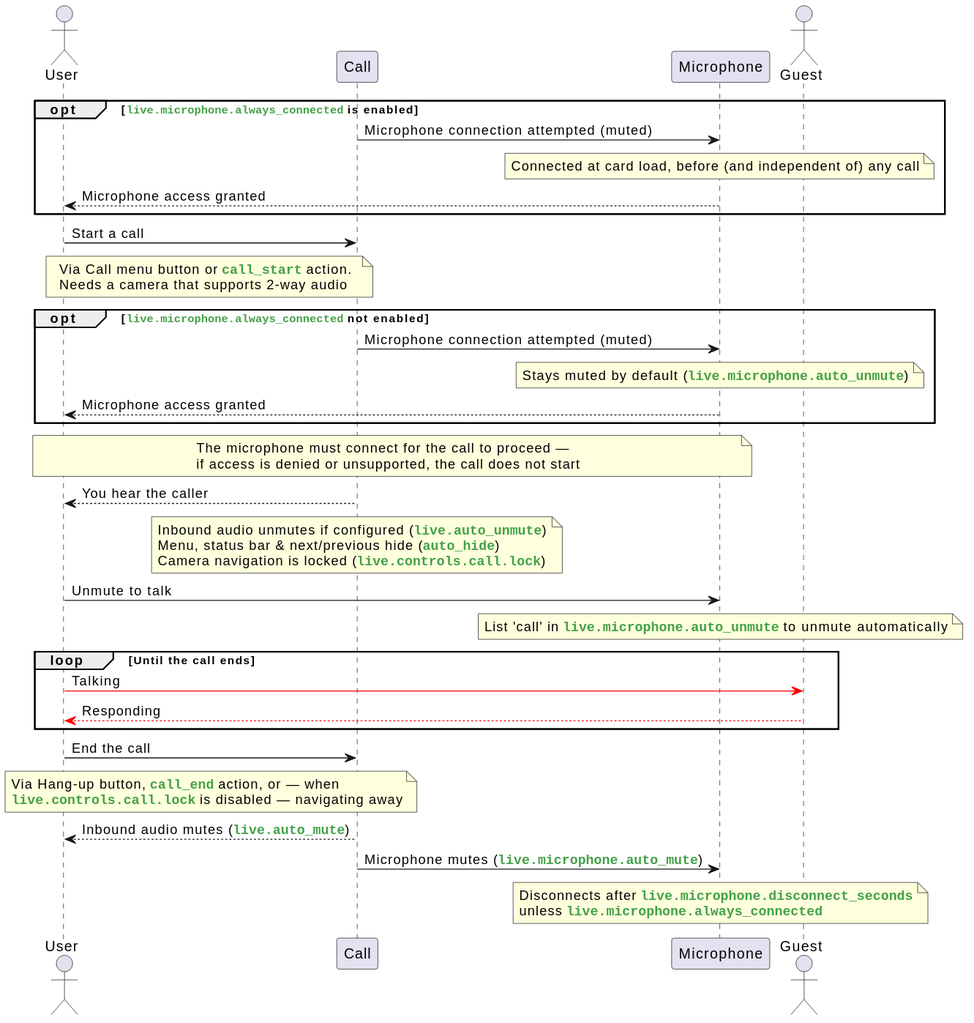
This is docs/images/call-sequence.svg from dermotduffy/advanced-camera-card, a PlantUML export, as it was before one commit. The source it was exported from:
```plantuml
@startuml
skinparam backgroundColor white

actor User
participant "Call" as Card
participant Microphone as Mic
actor Guest

opt <color:#43a047>**""live.microphone.always_connected""**</color> is enabled
  Card -> Mic : Microphone connection attempted (muted)
  note over Mic : Connected at card load, before (and independent of) any call
  Mic --> User : Microphone access granted
end

User -> Card : Start a call
note over User, Card
  Via Call menu button or <color:#43a047>**""call_start""**</color> action.
  Needs a camera that supports 2-way audio
end note

opt <color:#43a047>**""live.microphone.always_connected""**</color> not enabled
  Card -> Mic : Microphone connection attempted (muted)
  note over Mic : Stays muted by default (<color:#43a047>**""live.microphone.auto_unmute""**</color>)
  Mic --> User : Microphone access granted
end

note over User, Mic
  The microphone must connect for the call to proceed —
  if access is denied or unsupported, the call does not start
end note

Card --> User : You hear the caller
note over Card
  Inbound audio unmutes if configured (<color:#43a047>**""live.auto_unmute""**</color>)
  Menu, status bar & next/previous hide (<color:#43a047>**""auto_hide""**</color>)
  Camera navigation is locked (<color:#43a047>**""live.controls.call.lock""**</color>)
end note

User -> Mic : Unmute to talk
note over Mic : List 'call' in <color:#43a047>**""live.microphone.auto_unmute""**</color> to unmute automatically

loop Until the call ends
  User -[#red]> Guest : Talking
  Guest -[#red]-> User : Responding
end

User -> Card : End the call
note over User, Card
  Via Hang-up button, <color:#43a047>**""call_end""**</color> action, or — when
  <color:#43a047>**""live.controls.call.lock""**</color> is disabled — navigating away
end note

Card --> User : Inbound audio mutes (<color:#43a047>**""live.auto_mute""**</color>)
Card -> Mic : Microphone mutes (<color:#43a047>**""live.microphone.auto_mute""**</color>)
note over Mic
  Disconnects after <color:#43a047>**""live.microphone.disconnect_seconds""**</color>
  unless <color:#43a047>**""live.microphone.always_connected""**</color>
end note
@enduml
```
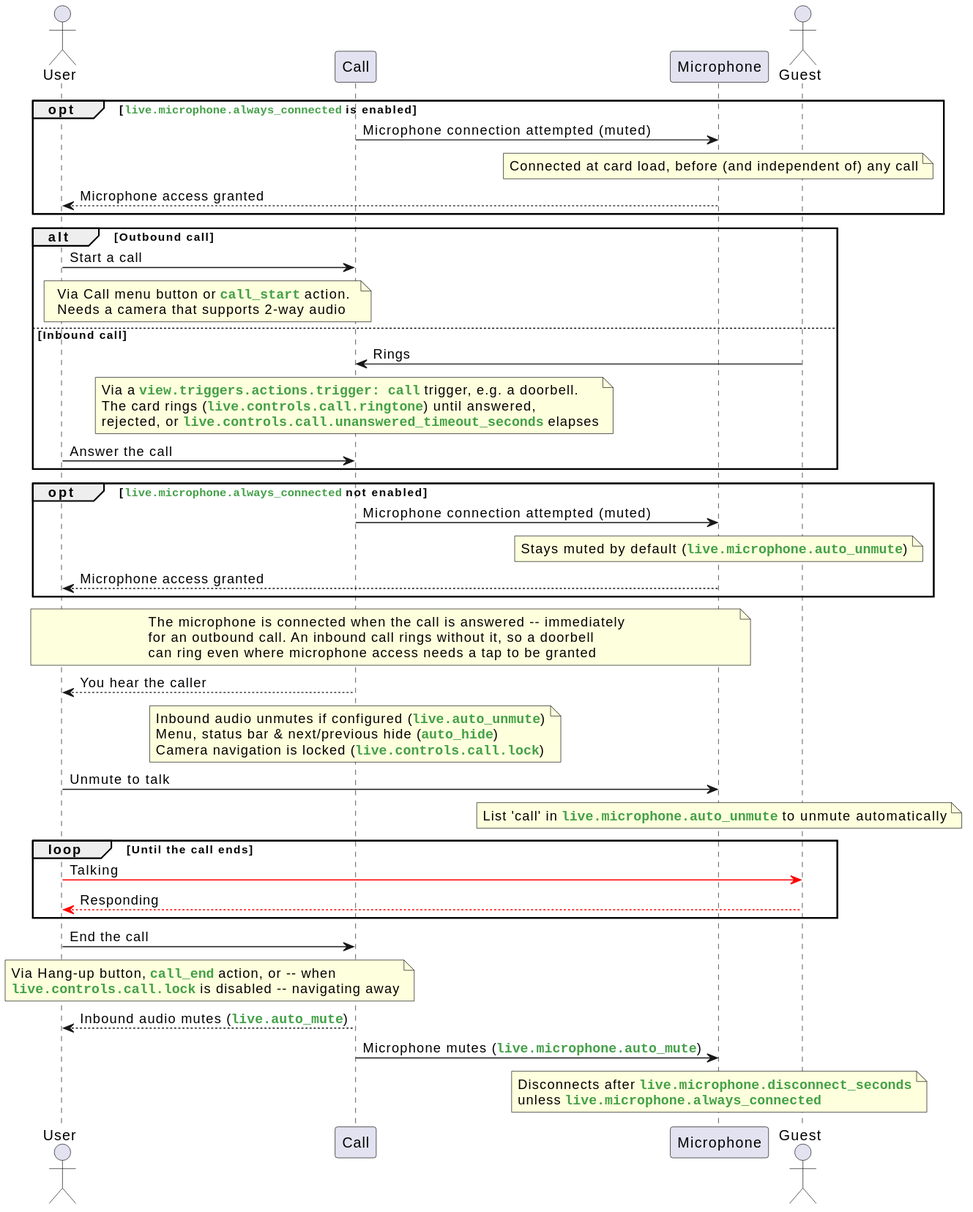
The same file after the commit.

Commit message:
fix: Connect the microphone when an inbound call is *answered* (#2609)

The edit, as a diff of the source:
```diff
@@ -12,11 +12,21 @@
   Mic --> User : Microphone access granted
 end
 
-User -> Card : Start a call
-note over User, Card
-  Via Call menu button or <color:#43a047>**""call_start""**</color> action.
-  Needs a camera that supports 2-way audio
-end note
+alt Outbound call
+  User -> Card : Start a call
+  note over User, Card
+    Via Call menu button or <color:#43a047>**""call_start""**</color> action.
+    Needs a camera that supports 2-way audio
+  end note
+else Inbound call
+  Guest -> Card : Rings
+  note over Card
+    Via a <color:#43a047>**""view.triggers.actions.trigger: call""**</color> trigger, e.g. a doorbell.
+    The card rings (<color:#43a047>**""live.controls.call.ringtone""**</color>) until answered,
+    rejected, or <color:#43a047>**""live.controls.call.unanswered_timeout_seconds""**</color> elapses
+  end note
+  User -> Card : Answer the call
+end
 
 opt <color:#43a047>**""live.microphone.always_connected""**</color> not enabled
   Card -> Mic : Microphone connection attempted (muted)
@@ -25,8 +35,9 @@
 end
 
 note over User, Mic
-  The microphone must connect for the call to proceed —
-  if access is denied or unsupported, the call does not start
+  The microphone is connected when the call is answered -- immediately
+  for an outbound call. An inbound call rings without it, so a doorbell
+  can ring even where microphone access needs a tap to be granted
 end note
 
 Card --> User : You hear the caller
@@ -46,8 +57,8 @@
 
 User -> Card : End the call
 note over User, Card
-  Via Hang-up button, <color:#43a047>**""call_end""**</color> action, or — when
-  <color:#43a047>**""live.controls.call.lock""**</color> is disabled — navigating away
+  Via Hang-up button, <color:#43a047>**""call_end""**</color> action, or -- when
+  <color:#43a047>**""live.controls.call.lock""**</color> is disabled -- navigating away
 end note
 
 Card --> User : Inbound audio mutes (<color:#43a047>**""live.auto_mute""**</color>)
```
